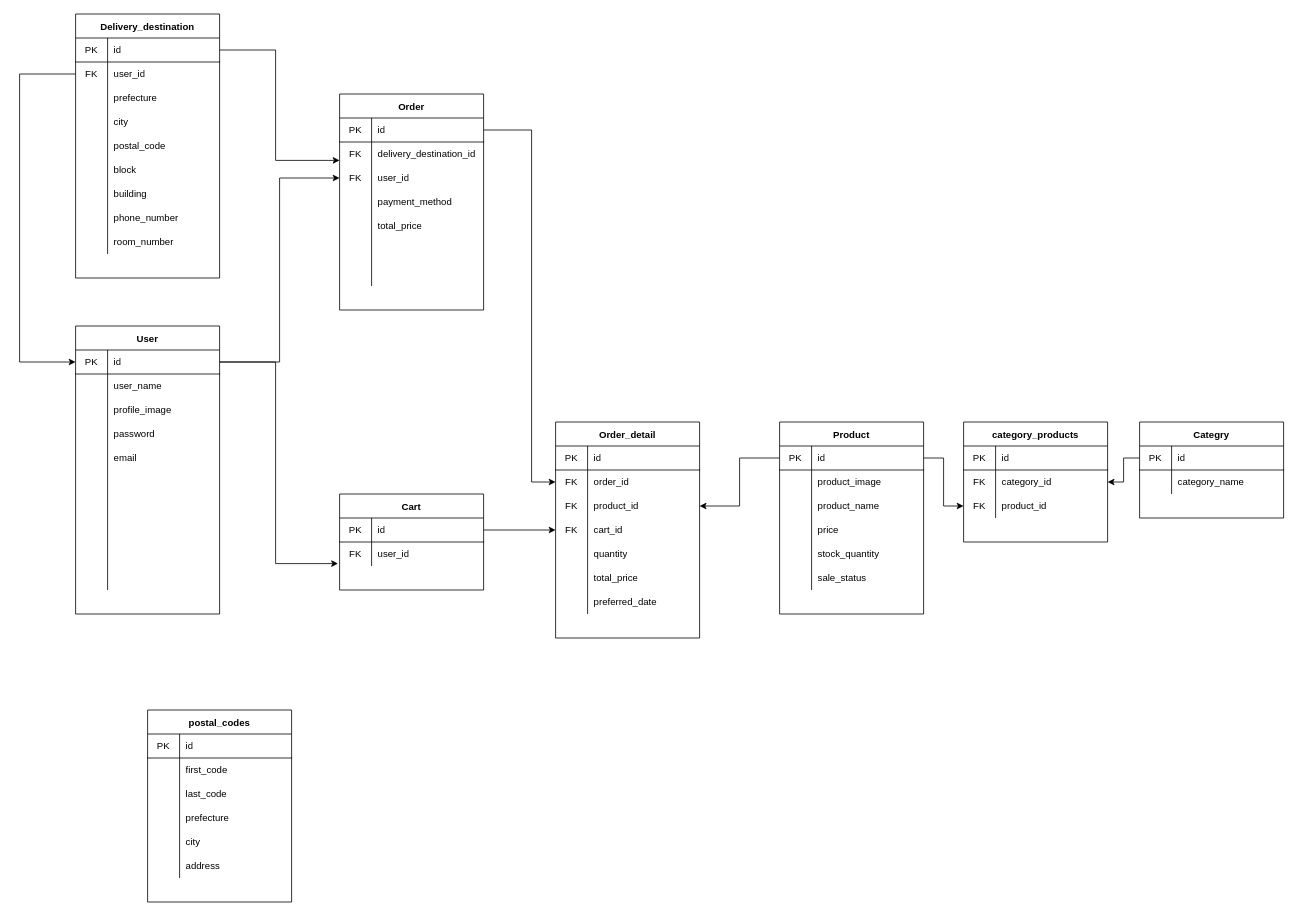
Above: backend/dbdiagram.dio in fukasat1009/KaimonoJaws (draw.io), before the change. Source tidied: cells renumbered, new cells numbered last; positions are measured from the earlier drawing's top-left corner, leaving out a move shared by most shapes. Both pictures are drawn from the tidied source at 80%, with x=0, y=0 at pixel (19, 14).
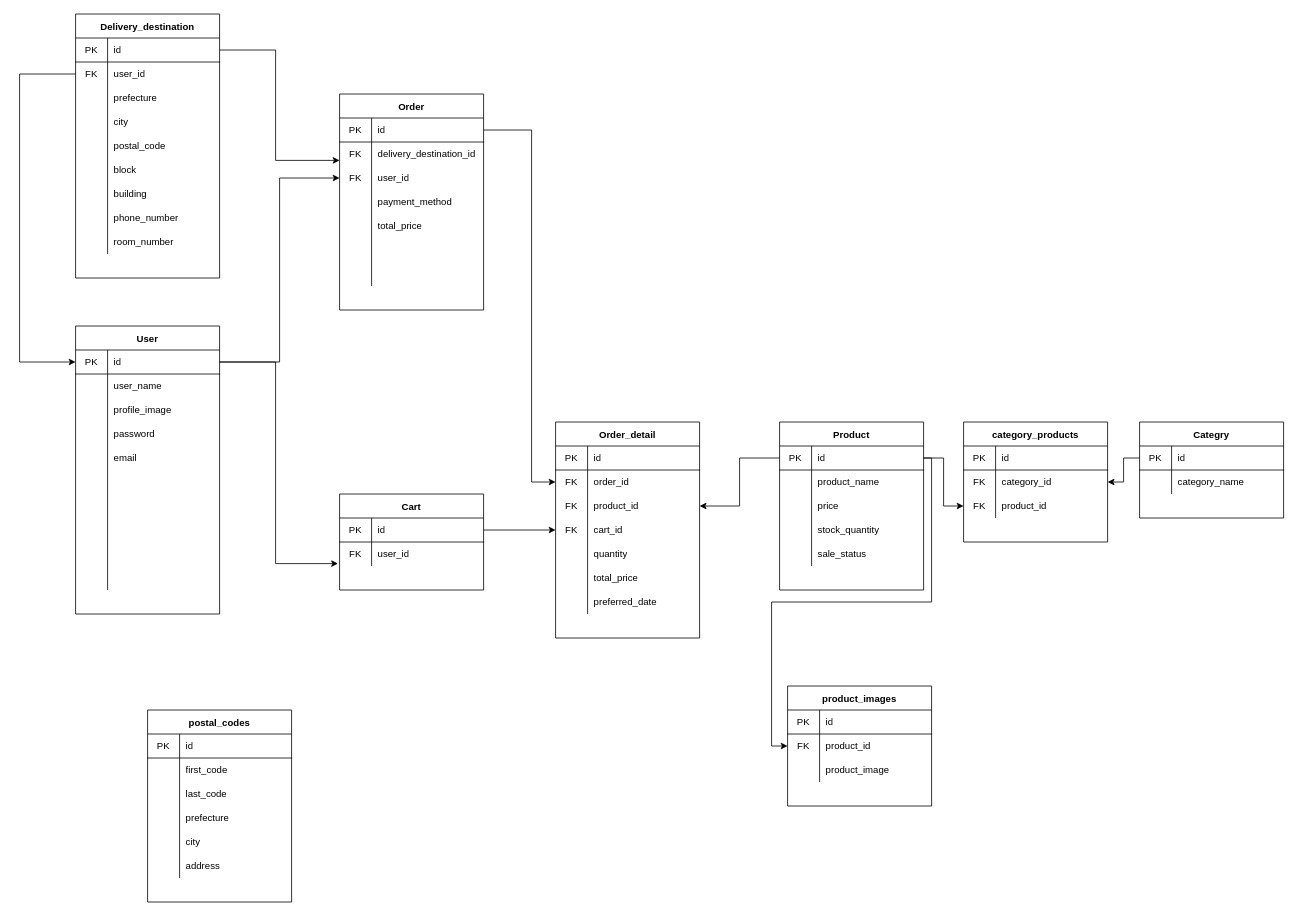
Above is the later version.

Unchanged cells that the change refers to:
```xml
<mxCell id="110" style="shape=partialRectangle;html=1;whiteSpace=wrap;fillColor=none;top=0;left=0;bottom=1;right=0;points=[[0,0.5],[1,0.5]];portConstraint=eastwest;" parent="109" vertex="1">
  <mxGeometry y="30" width="180" height="30" as="geometry" />
</mxCell>
```

What changed in the source:
```diff
@@
     <mxCell id="109" value="Product" style="shape=table;startSize=30;childLayout=tableLayout;rowLines=0;fontStyle=1;align=center;" parent="1" vertex="1">
-      <mxGeometry x="950" y="510" width="180" height="240" as="geometry" />
+      <mxGeometry x="950" y="510" width="180" height="210" as="geometry" />
     </mxCell>
@@
-    <mxCell id="113" style="shape=partialRectangle;html=1;whiteSpace=wrap;fillColor=none;top=0;left=0;bottom=0;right=0;points=[[0,0.5],[1,0.5]];portConstraint=eastwest;" parent="109" vertex="1">
-      <mxGeometry y="60" width="180" height="30" as="geometry" />
-    </mxCell>
-    <mxCell id="114" style="shape=partialRectangle;html=1;whiteSpace=wrap;fillColor=none;top=0;left=0;bottom=0;right=0;overflow=hidden;" parent="113" vertex="1">
-      <mxGeometry width="40" height="30" as="geometry" />
-    </mxCell>
-    <mxCell id="115" value="product_image" style="shape=partialRectangle;html=1;whiteSpace=wrap;fillColor=none;top=0;left=0;bottom=0;right=0;align=left;spacingLeft=6;overflow=hidden;" parent="113" vertex="1">
-      <mxGeometry x="40" width="140" height="30" as="geometry" />
-    </mxCell>
     <mxCell id="116" style="shape=partialRectangle;html=1;whiteSpace=wrap;fillColor=none;top=0;left=0;bottom=0;right=0;" parent="109" vertex="1">
-      <mxGeometry y="90" width="180" height="30" as="geometry" />
+      <mxGeometry y="60" width="180" height="30" as="geometry" />
     </mxCell>
@@
     <mxCell id="119" style="shape=partialRectangle;html=1;whiteSpace=wrap;fillColor=none;top=0;left=0;bottom=0;right=0;" parent="109" vertex="1">
-      <mxGeometry y="120" width="180" height="30" as="geometry" />
+      <mxGeometry y="90" width="180" height="30" as="geometry" />
     </mxCell>
@@
     <mxCell id="122" style="shape=partialRectangle;html=1;whiteSpace=wrap;fillColor=none;top=0;left=0;bottom=0;right=0;" parent="109" vertex="1">
-      <mxGeometry y="150" width="180" height="30" as="geometry" />
+      <mxGeometry y="120" width="180" height="30" as="geometry" />
     </mxCell>
@@
     <mxCell id="125" style="shape=partialRectangle;html=1;whiteSpace=wrap;fillColor=none;top=0;left=0;bottom=0;right=0;" parent="109" vertex="1">
-      <mxGeometry y="180" width="180" height="30" as="geometry" />
+      <mxGeometry y="150" width="180" height="30" as="geometry" />
     </mxCell>
@@
+    <mxCell id="176" value="product_images" style="shape=table;startSize=30;childLayout=tableLayout;rowLines=0;fontStyle=1;align=center;" parent="1" vertex="1">
+      <mxGeometry x="960" y="840" width="180" height="150" as="geometry" />
+    </mxCell>
+    <mxCell id="177" style="shape=partialRectangle;html=1;whiteSpace=wrap;fillColor=none;top=0;left=0;bottom=1;right=0;" parent="176" vertex="1">
+      <mxGeometry y="30" width="180" height="30" as="geometry" />
+    </mxCell>
+    <mxCell id="178" value="PK" style="shape=partialRectangle;html=1;whiteSpace=wrap;fillColor=none;top=0;left=0;bottom=0;right=0;overflow=hidden;" parent="177" vertex="1">
+      <mxGeometry width="40" height="30" as="geometry" />
+    </mxCell>
+    <mxCell id="179" value="id" style="shape=partialRectangle;html=1;whiteSpace=wrap;fillColor=none;top=0;left=0;bottom=0;right=0;align=left;spacingLeft=6;overflow=hidden;" parent="177" vertex="1">
+      <mxGeometry x="40" width="140" height="30" as="geometry" />
+    </mxCell>
+    <mxCell id="113" style="shape=partialRectangle;html=1;whiteSpace=wrap;fillColor=none;top=0;left=0;bottom=0;right=0;points=[[0,0.5],[1,0.5]];portConstraint=eastwest;" parent="176" vertex="1">
+      <mxGeometry y="60" width="180" height="30" as="geometry" />
+    </mxCell>
+    <mxCell id="180" value="FK" style="shape=partialRectangle;html=1;whiteSpace=wrap;fillColor=none;top=0;left=0;bottom=0;right=0;overflow=hidden;" parent="113" vertex="1">
+      <mxGeometry width="40" height="30" as="geometry" />
+    </mxCell>
+    <mxCell id="181" value="product_id" style="shape=partialRectangle;html=1;whiteSpace=wrap;fillColor=none;top=0;left=0;bottom=0;right=0;align=left;spacingLeft=6;overflow=hidden;" parent="113" vertex="1">
+      <mxGeometry x="40" width="140" height="30" as="geometry" />
+    </mxCell>
+    <mxCell id="182" style="shape=partialRectangle;html=1;whiteSpace=wrap;fillColor=none;top=0;left=0;bottom=0;right=0;" parent="176" vertex="1">
+      <mxGeometry y="90" width="180" height="30" as="geometry" />
+    </mxCell>
+    <mxCell id="114" style="shape=partialRectangle;html=1;whiteSpace=wrap;fillColor=none;top=0;left=0;bottom=0;right=0;overflow=hidden;" parent="182" vertex="1">
+      <mxGeometry width="40" height="30" as="geometry" />
+    </mxCell>
+    <mxCell id="115" value="product_image" style="shape=partialRectangle;html=1;whiteSpace=wrap;fillColor=none;top=0;left=0;bottom=0;right=0;align=left;spacingLeft=6;overflow=hidden;" parent="182" vertex="1">
+      <mxGeometry x="40" width="140" height="30" as="geometry" />
+    </mxCell>
+    <mxCell id="183" style="edgeStyle=orthogonalEdgeStyle;rounded=0;jettySize=auto;html=1;" parent="1" edge="1" source="110" target="113">
+      <mxGeometry relative="1" as="geometry">
+        <Array as="points">
+          <mxPoint x="1140" y="555" />
+          <mxPoint x="1140" y="735" />
+          <mxPoint x="940" y="735" />
+          <mxPoint x="940" y="915" />
+        </Array>
+      </mxGeometry>
+    </mxCell>
```
